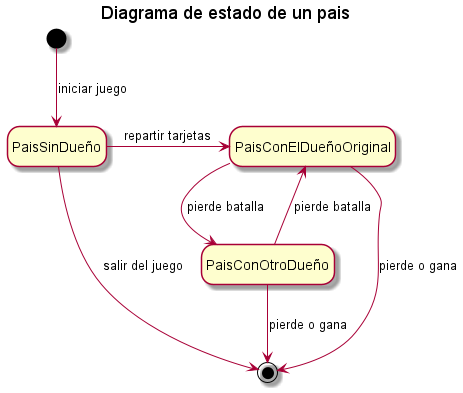
The PlantUML diagram diagramas/Diagrama de estado de un pais.png in daniela41149/algo3_tp2, before a commit.
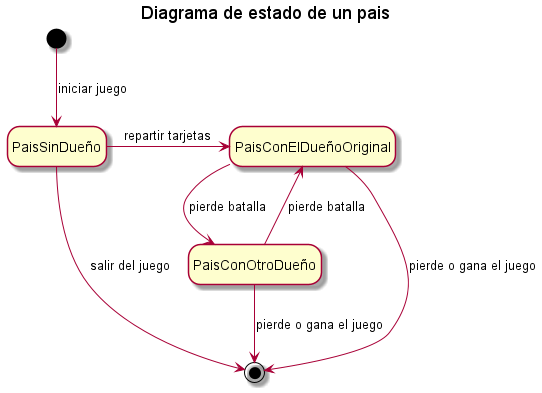
After the commit.

Diff of the diagram source:
```diff
@@ -5,8 +5,8 @@
 PaisSinDueño--> [*]: salir del juego
 
 PaisSinDueño-> PaisConElDueñoOriginal: repartir tarjetas
-PaisConElDueñoOriginal--> [*]: pierde o gana
+PaisConElDueñoOriginal--> [*]: pierde o gana el juego
 PaisConElDueñoOriginal--> PaisConOtroDueño: pierde batalla
 PaisConOtroDueño--> PaisConElDueñoOriginal: pierde batalla
-PaisConOtroDueño--> [*]: pierde o gana
+PaisConOtroDueño--> [*]: pierde o gana el juego
 @enduml
```
